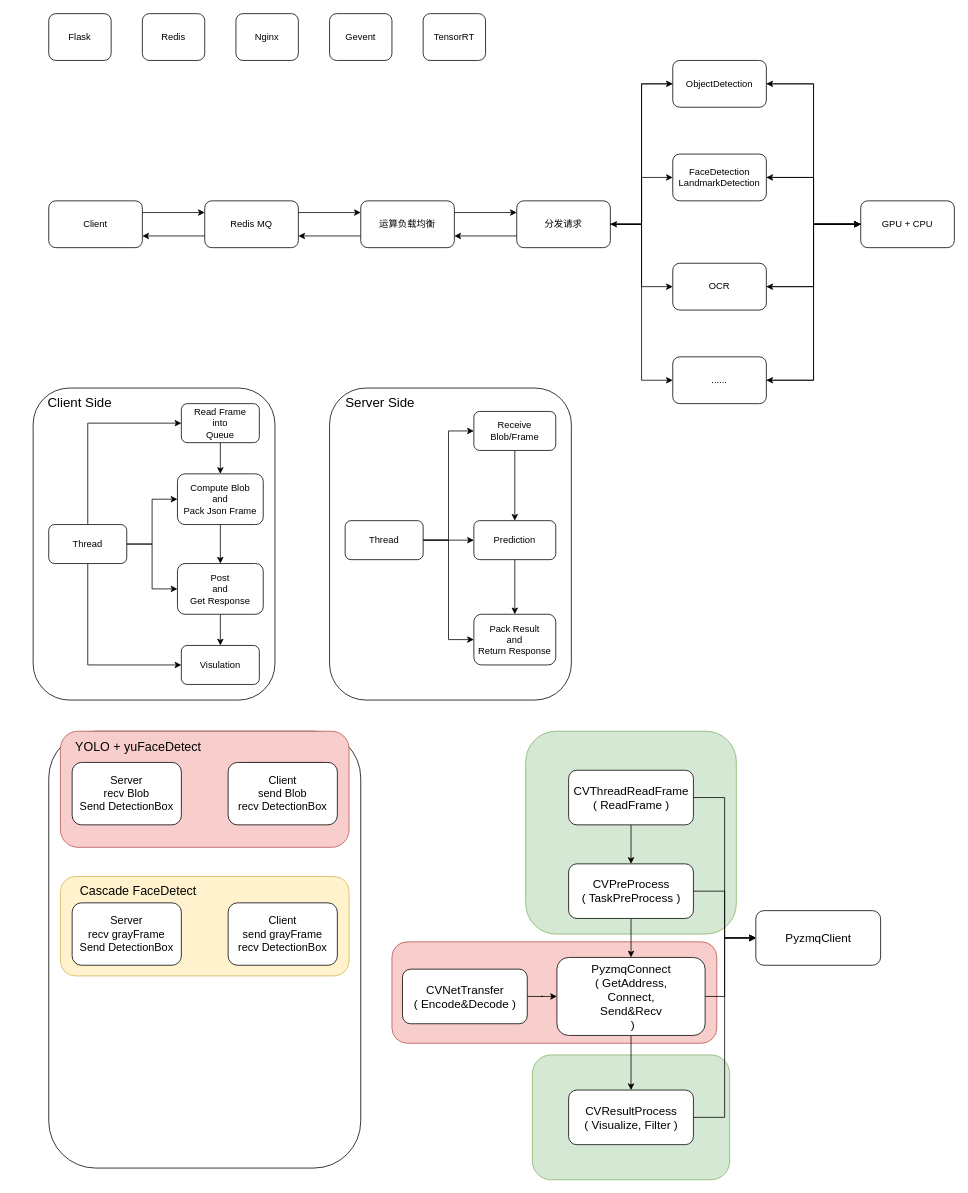
Above: System Design.drawio in houance/CV-API-PlatForm (draw.io), before the change. Source tidied: cells renumbered, new cells numbered last; positions are measured from the earlier drawing's top-left corner, leaving out a move shared by most shapes. Both pictures are drawn from the tidied source at 78%, with x=0, y=0 at pixel (13, 13).
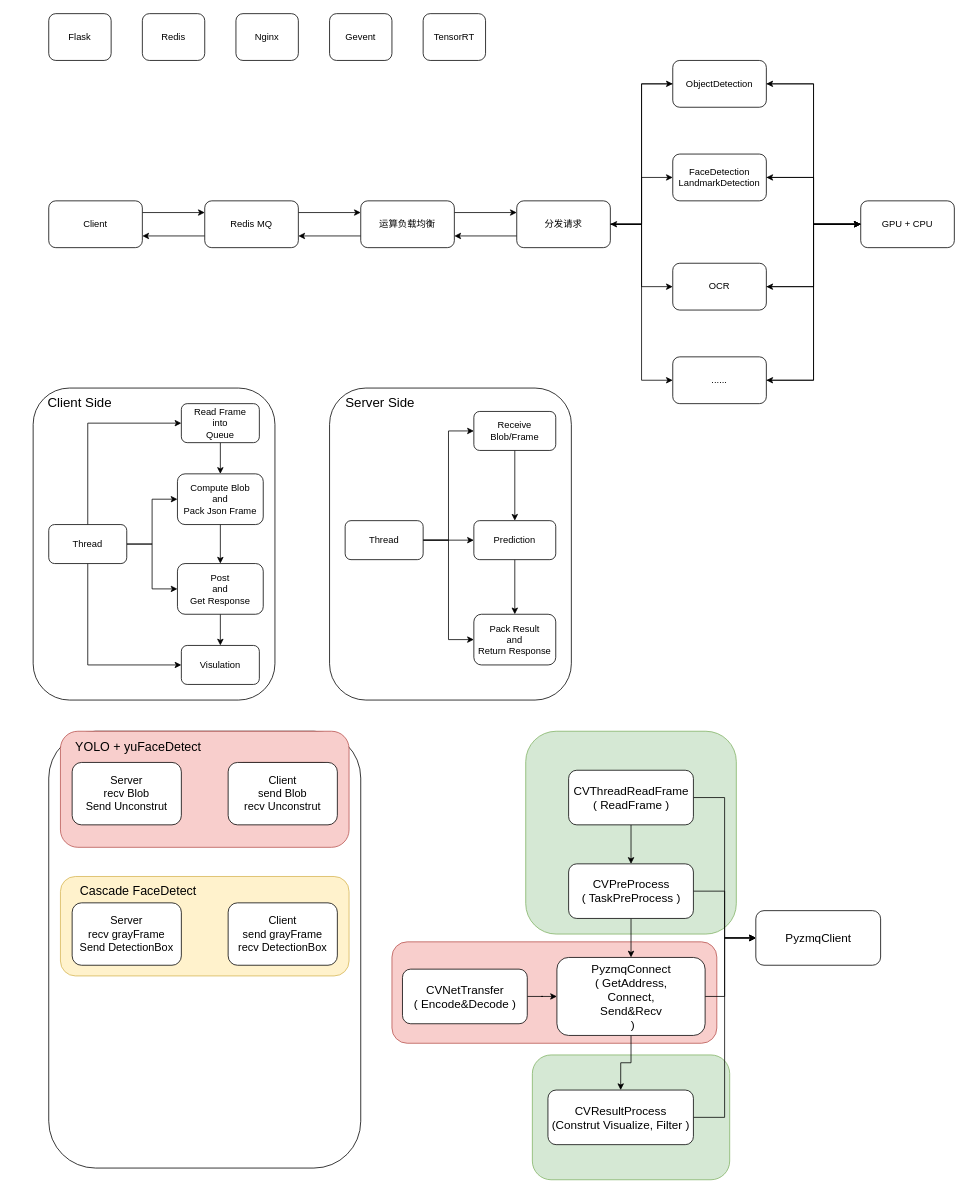
The same diagram, later.

The edit, as a diff of the source:
```diff
@@
-    <mxCell id="73" value="&lt;font style=&quot;font-size: 15px&quot;&gt;CVResultProcess&lt;br&gt;( Visualize, Filter )&lt;/font&gt;" style="rounded=1;whiteSpace=wrap;html=1;" parent="1" vertex="1">
-      <mxGeometry x="711.5" y="1380" width="160" height="70" as="geometry" />
+    <mxCell id="73" value="&lt;font style=&quot;font-size: 15px&quot;&gt;CVResultProcess&lt;br&gt;(Construt Visualize, Filter )&lt;/font&gt;" style="rounded=1;whiteSpace=wrap;html=1;" parent="1" vertex="1">
+      <mxGeometry x="685" y="1380" width="186.5" height="70" as="geometry" />
     </mxCell>
@@
-    <mxCell id="83" value="&lt;font style=&quot;font-size: 14px&quot;&gt;Client&lt;br&gt;send Blob&lt;br&gt;recv DetectionBox&lt;br&gt;&lt;/font&gt;" style="rounded=1;whiteSpace=wrap;html=1;" parent="1" vertex="1">
+    <mxCell id="83" value="&lt;font style=&quot;font-size: 14px&quot;&gt;Client&lt;br&gt;send Blob&lt;br&gt;recv Unconstrut&lt;br&gt;&lt;/font&gt;" style="rounded=1;whiteSpace=wrap;html=1;" parent="1" vertex="1">
       <mxGeometry x="275" y="960" width="140" height="80" as="geometry" />
     </mxCell>
-    <mxCell id="84" value="&lt;font style=&quot;font-size: 14px&quot;&gt;Server&lt;br&gt;recv Blob&lt;br&gt;Send DetectionBox&lt;br&gt;&lt;/font&gt;" style="rounded=1;whiteSpace=wrap;html=1;" parent="1" vertex="1">
+    <mxCell id="84" value="&lt;font style=&quot;font-size: 14px&quot;&gt;Server&lt;br&gt;recv Blob&lt;br&gt;Send Unconstrut&lt;br&gt;&lt;/font&gt;" style="rounded=1;whiteSpace=wrap;html=1;" parent="1" vertex="1">
       <mxGeometry x="75" y="960" width="140" height="80" as="geometry" />
     </mxCell>
```
